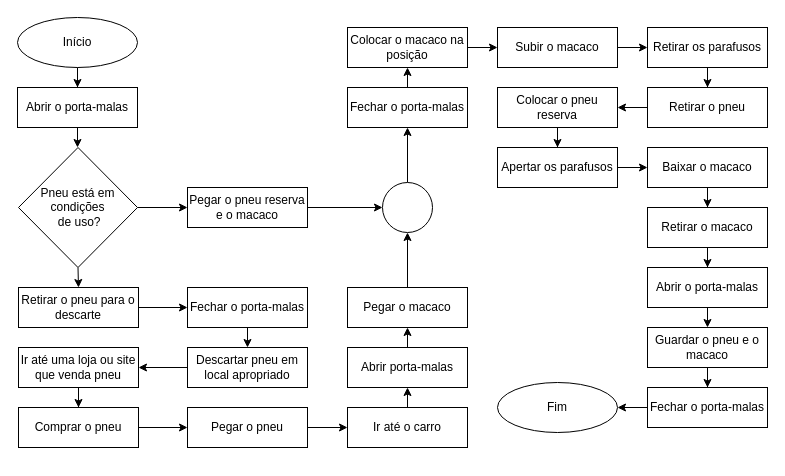
Earlier version of the draw.io diagram PA - trocar pneu e verificar reserva.drawio (lucas-dos-santos-gomes/programacao-e-algoritmos). Source tidied: cells renumbered, new cells numbered last; positions are measured from the earlier drawing's top-left corner, leaving out a move shared by most shapes. Both pictures are drawn from the tidied source at 100%, with x=0, y=0 at pixel (17, 17).
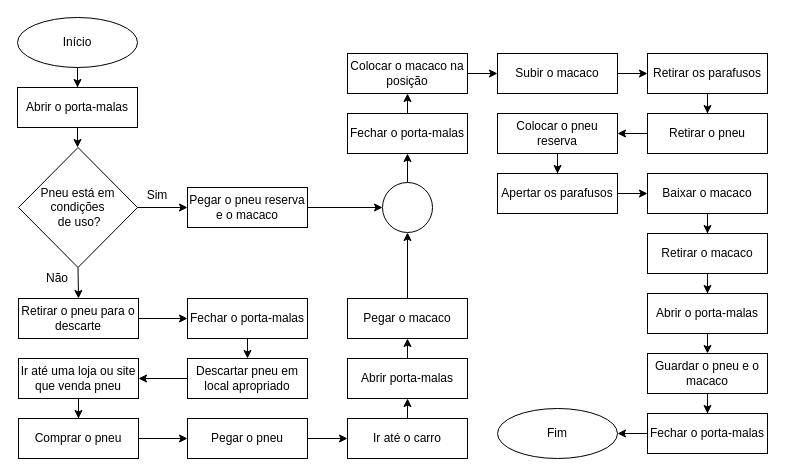
After the change.

Commit message:
adicionando sim e não

What changed in the source:
```diff
@@
     <mxCell id="7" style="edgeStyle=orthogonalEdgeStyle;rounded=0;orthogonalLoop=1;jettySize=auto;html=1;exitX=0.5;exitY=1;exitDx=0;exitDy=0;" parent="1" edge="1">
       <mxGeometry relative="1" as="geometry">
-        <mxPoint x="603" y="50" as="sourcePoint" />
-        <mxPoint x="603" y="50" as="targetPoint" />
+        <mxPoint x="603" y="76" as="sourcePoint" />
+        <mxPoint x="603" y="76" as="targetPoint" />
       </mxGeometry>
     </mxCell>
@@
     <mxCell id="11" value="Fechar o porta-malas" style="rounded=0;whiteSpace=wrap;html=1;" parent="1" vertex="1">
-      <mxGeometry x="330" y="70" width="120" height="40" as="geometry" />
+      <mxGeometry x="330" y="96" width="120" height="40" as="geometry" />
     </mxCell>
@@
     <mxCell id="13" value="Colocar o macaco na posição" style="rounded=0;whiteSpace=wrap;html=1;" parent="1" vertex="1">
-      <mxGeometry x="330" y="10" width="120" height="40" as="geometry" />
+      <mxGeometry x="330" y="36" width="120" height="40" as="geometry" />
     </mxCell>
@@
     <mxCell id="15" value="Guardar o pneu e o macaco" style="rounded=0;whiteSpace=wrap;html=1;" parent="1" vertex="1">
-      <mxGeometry x="630" y="310" width="120" height="40" as="geometry" />
+      <mxGeometry x="630" y="336" width="120" height="40" as="geometry" />
     </mxCell>
@@
     <mxCell id="17" value="Fechar o porta-malas" style="rounded=0;whiteSpace=wrap;html=1;" parent="1" vertex="1">
-      <mxGeometry x="630" y="370" width="120" height="40" as="geometry" />
+      <mxGeometry x="630" y="396" width="120" height="40" as="geometry" />
     </mxCell>
@@
     <mxCell id="19" value="Colocar o pneu reserva" style="rounded=0;whiteSpace=wrap;html=1;" parent="1" vertex="1">
-      <mxGeometry x="480" y="70" width="120" height="40" as="geometry" />
+      <mxGeometry x="480" y="96" width="120" height="40" as="geometry" />
     </mxCell>
@@
     <mxCell id="21" value="Apertar os parafusos" style="rounded=0;whiteSpace=wrap;html=1;" parent="1" vertex="1">
-      <mxGeometry x="480" y="130" width="120" height="40" as="geometry" />
+      <mxGeometry x="480" y="156" width="120" height="40" as="geometry" />
     </mxCell>
@@
     <mxCell id="23" value="Abrir o porta-malas" style="rounded=0;whiteSpace=wrap;html=1;" parent="1" vertex="1">
-      <mxGeometry x="630" y="250" width="120" height="40" as="geometry" />
+      <mxGeometry x="630" y="276" width="120" height="40" as="geometry" />
     </mxCell>
@@
     <mxCell id="25" value="Retirar o macaco" style="rounded=0;whiteSpace=wrap;html=1;" parent="1" vertex="1">
-      <mxGeometry x="630" y="190" width="120" height="40" as="geometry" />
+      <mxGeometry x="630" y="216" width="120" height="40" as="geometry" />
     </mxCell>
@@
     <mxCell id="27" value="Baixar o macaco" style="rounded=0;whiteSpace=wrap;html=1;" parent="1" vertex="1">
-      <mxGeometry x="630" y="130" width="120" height="40" as="geometry" />
+      <mxGeometry x="630" y="156" width="120" height="40" as="geometry" />
     </mxCell>
@@
     <mxCell id="29" value="Retirar o pneu" style="rounded=0;whiteSpace=wrap;html=1;" parent="1" vertex="1">
-      <mxGeometry x="630" y="70" width="120" height="40" as="geometry" />
+      <mxGeometry x="630" y="96" width="120" height="40" as="geometry" />
     </mxCell>
@@
     <mxCell id="31" value="Retirar os parafusos" style="rounded=0;whiteSpace=wrap;html=1;" parent="1" vertex="1">
-      <mxGeometry x="630" y="10" width="120" height="40" as="geometry" />
+      <mxGeometry x="630" y="36" width="120" height="40" as="geometry" />
     </mxCell>
@@
     <mxCell id="33" value="Subir o macaco" style="rounded=0;whiteSpace=wrap;html=1;" parent="1" vertex="1">
-      <mxGeometry x="480" y="10" width="120" height="40" as="geometry" />
+      <mxGeometry x="480" y="36" width="120" height="40" as="geometry" />
     </mxCell>
@@
     <mxCell id="36" value="Fim" style="ellipse;whiteSpace=wrap;html=1;" parent="1" vertex="1">
-      <mxGeometry x="480" y="365" width="120" height="50" as="geometry" />
+      <mxGeometry x="480" y="391" width="120" height="50" as="geometry" />
     </mxCell>
@@
     <mxCell id="38" value="Retirar o pneu para o descarte" style="rounded=0;whiteSpace=wrap;html=1;" parent="1" vertex="1">
-      <mxGeometry x="1" y="270" width="120" height="40" as="geometry" />
+      <mxGeometry x="1" y="281" width="120" height="40" as="geometry" />
     </mxCell>
@@
     <mxCell id="40" value="Ir até uma loja ou site que venda pneu" style="rounded=0;whiteSpace=wrap;html=1;" parent="1" vertex="1">
-      <mxGeometry x="1" y="330" width="120" height="40" as="geometry" />
+      <mxGeometry x="1" y="341" width="120" height="40" as="geometry" />
     </mxCell>
@@
     <mxCell id="42" value="Comprar o pneu" style="rounded=0;whiteSpace=wrap;html=1;" parent="1" vertex="1">
-      <mxGeometry x="1" y="390" width="120" height="40" as="geometry" />
+      <mxGeometry x="1" y="401" width="120" height="40" as="geometry" />
     </mxCell>
@@
     <mxCell id="44" value="Fechar o porta-malas" style="rounded=0;whiteSpace=wrap;html=1;" parent="1" vertex="1">
-      <mxGeometry x="170" y="270" width="120" height="40" as="geometry" />
+      <mxGeometry x="170" y="281" width="120" height="40" as="geometry" />
     </mxCell>
@@
     <mxCell id="46" value="Descartar pneu em local apropriado" style="rounded=0;whiteSpace=wrap;html=1;" parent="1" vertex="1">
-      <mxGeometry x="170" y="330" width="120" height="40" as="geometry" />
+      <mxGeometry x="170" y="341" width="120" height="40" as="geometry" />
     </mxCell>
@@
     <mxCell id="48" value="Pegar o pneu" style="rounded=0;whiteSpace=wrap;html=1;" parent="1" vertex="1">
-      <mxGeometry x="170" y="390" width="120" height="40" as="geometry" />
+      <mxGeometry x="170" y="401" width="120" height="40" as="geometry" />
     </mxCell>
@@
     <mxCell id="50" value="Ir até o carro" style="rounded=0;whiteSpace=wrap;html=1;" parent="1" vertex="1">
-      <mxGeometry x="330" y="390" width="120" height="40" as="geometry" />
+      <mxGeometry x="330" y="401" width="120" height="40" as="geometry" />
     </mxCell>
@@
     <mxCell id="52" value="Abrir porta-malas" style="rounded=0;whiteSpace=wrap;html=1;" parent="1" vertex="1">
-      <mxGeometry x="330" y="330" width="120" height="40" as="geometry" />
+      <mxGeometry x="330" y="341" width="120" height="40" as="geometry" />
     </mxCell>
@@
     <mxCell id="54" value="Pegar o macaco" style="rounded=0;whiteSpace=wrap;html=1;" parent="1" vertex="1">
-      <mxGeometry x="330" y="270" width="120" height="40" as="geometry" />
+      <mxGeometry x="330" y="281" width="120" height="40" as="geometry" />
     </mxCell>
@@
+    <mxCell id="57" value="Sim" style="text;html=1;strokeColor=none;fillColor=none;align=center;verticalAlign=middle;whiteSpace=wrap;rounded=0;" parent="1" vertex="1">
+      <mxGeometry x="110" y="163" width="60" height="30" as="geometry" />
+    </mxCell>
+    <mxCell id="58" value="Não" style="text;html=1;strokeColor=none;fillColor=none;align=center;verticalAlign=middle;whiteSpace=wrap;rounded=0;" parent="1" vertex="1">
+      <mxGeometry x="10" y="246" width="60" height="30" as="geometry" />
+    </mxCell>
```
